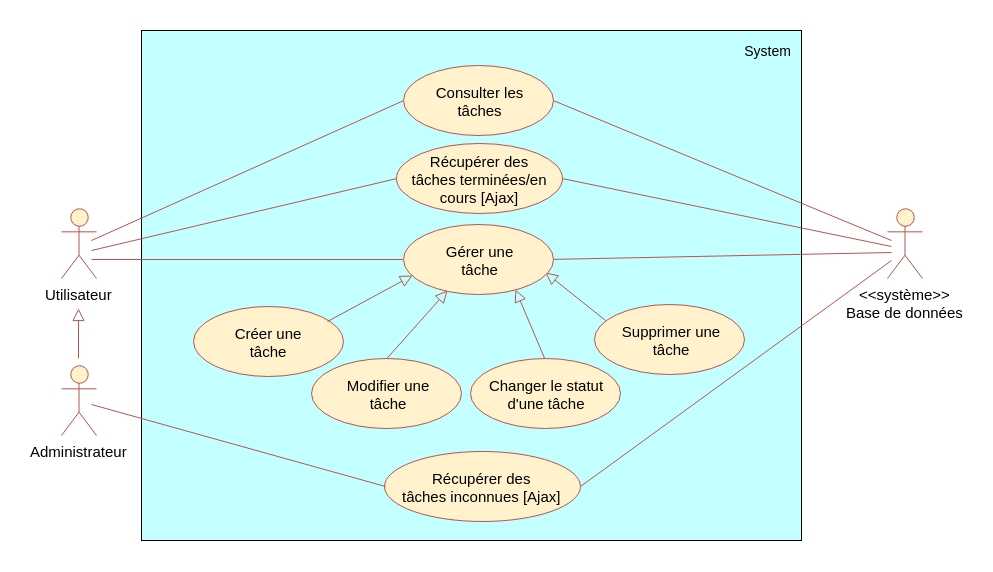
Thibok/TodoList keeps this draw.io diagram as Diagrammes/Gestion_taches.png. Above is the earlier version. Source tidied: cells renumbered, new cells last; positions are measured from the earlier drawing's top-left corner, leaving out a move shared by most shapes.
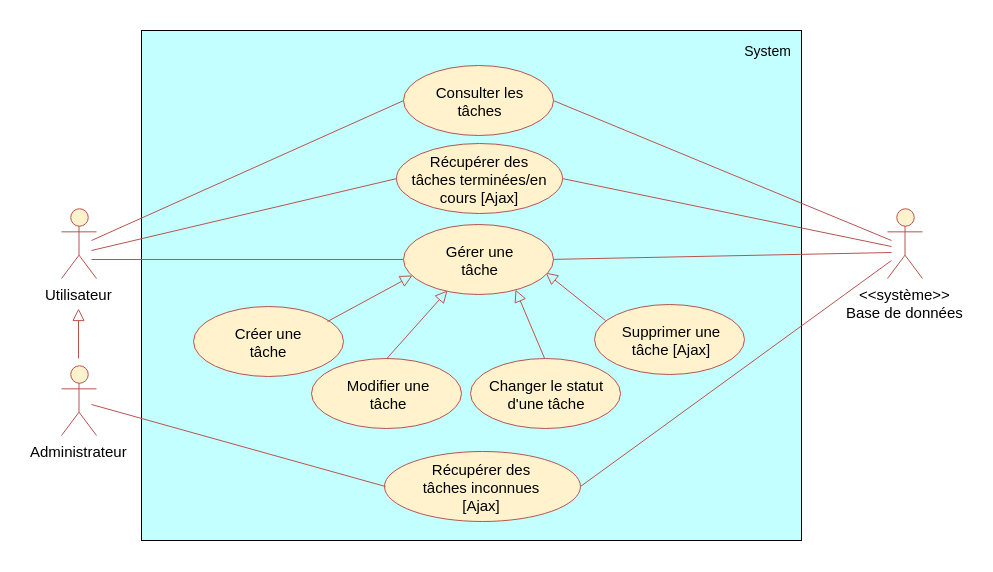
Later version of the same file.

What changed in the source:
```diff
@@ -14,7 +14,7 @@
     <mxCell id="5" value="Utilisateur" style="shape=umlActor;verticalLabelPosition=bottom;labelBackgroundColor=#ffffff;verticalAlign=top;html=1;fillColor=#FFF2CC;strokeColor=#b85450;fontSize=15;strokeWidth=1;perimeterSpacing=3;" parent="1" vertex="1">
       <mxGeometry y="178" width="35" height="70" as="geometry" />
     </mxCell>
-    <mxCell id="6" value="Supprimer une&lt;br&gt;tâche&lt;br&gt;" style="ellipse;whiteSpace=wrap;html=1;strokeColor=#B85450;fillColor=#fff2cc;fontColor=#000000;fontSize=15;" parent="1" vertex="1">
+    <mxCell id="6" value="Supprimer une&lt;br&gt;tâche [Ajax]&lt;br&gt;" style="ellipse;whiteSpace=wrap;html=1;strokeColor=#B85450;fillColor=#fff2cc;fontColor=#000000;fontSize=15;" parent="1" vertex="1">
       <mxGeometry x="533" y="274" width="150" height="70" as="geometry" />
     </mxCell>
     <mxCell id="7" value="Modifier une&lt;br&gt;tâche&lt;br&gt;" style="ellipse;whiteSpace=wrap;html=1;strokeColor=#B85450;fillColor=#fff2cc;fontColor=#000000;fontSize=15;" parent="1" vertex="1">
```
